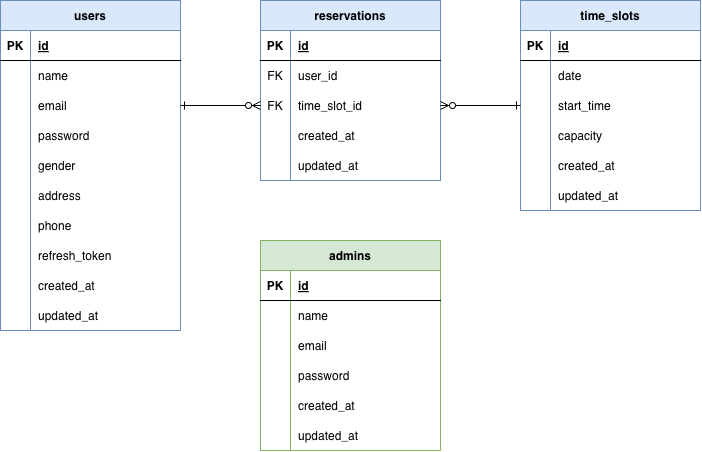
Before: .drawio.png, a diagram exported from draw.io (hirata784/laravel-swimming-reservation-app). Source tidied: cells renumbered, new cells last; positions are measured from the earlier drawing's top-left corner, leaving out a move shared by most shapes.
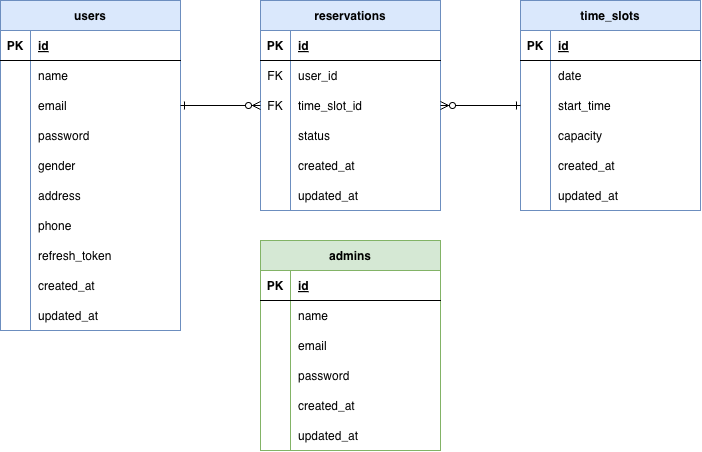
After the commit.

The edit, as a diff of the source:
```diff
@@ -153,7 +153,7 @@
       <mxGeometry x="30" width="150" height="30" as="geometry" />
     </mxCell>
     <mxCell id="52" value="reservations" style="shape=table;startSize=30;rowLines=0;fontStyle=1;align=center;fillColor=#dae8fc;strokeColor=#6c8ebf;" parent="1" vertex="1">
-      <mxGeometry x="260" width="180" height="180" as="geometry" />
+      <mxGeometry x="260" width="180" height="210" as="geometry" />
     </mxCell>
     <mxCell id="53" style="shape=tableRow;horizontal=0;startSize=0;swimlaneHead=0;swimlaneBody=0;fillColor=none;top=0;left=0;right=0;bottom=1;" parent="52" vertex="1">
       <mxGeometry y="30" width="180" height="30" as="geometry" />
@@ -188,7 +188,7 @@
     <mxCell id="63" style="shape=partialRectangle;fillColor=none;top=0;left=0;bottom=0;right=0;overflow=hidden;" parent="62" vertex="1">
       <mxGeometry width="30" height="30" as="geometry" />
     </mxCell>
-    <mxCell id="64" value="created_at" style="shape=partialRectangle;fillColor=none;top=0;left=0;bottom=0;right=0;align=left;spacingLeft=6;overflow=hidden;" parent="62" vertex="1">
+    <mxCell id="64" value="status" style="shape=partialRectangle;fillColor=none;top=0;left=0;bottom=0;right=0;align=left;spacingLeft=6;overflow=hidden;" parent="62" vertex="1">
       <mxGeometry x="30" width="150" height="30" as="geometry" />
     </mxCell>
     <mxCell id="65" style="shape=tableRow;horizontal=0;startSize=0;swimlaneHead=0;swimlaneBody=0;fillColor=none;top=0;left=0;right=0;bottom=0;" parent="52" vertex="1">
@@ -197,9 +197,18 @@
     <mxCell id="66" style="shape=partialRectangle;fillColor=none;top=0;left=0;bottom=0;right=0;overflow=hidden;" parent="65" vertex="1">
       <mxGeometry width="30" height="30" as="geometry" />
     </mxCell>
-    <mxCell id="67" value="updated_at" style="shape=partialRectangle;fillColor=none;top=0;left=0;bottom=0;right=0;align=left;spacingLeft=6;overflow=hidden;" parent="65" vertex="1">
+    <mxCell id="67" value="created_at" style="shape=partialRectangle;fillColor=none;top=0;left=0;bottom=0;right=0;align=left;spacingLeft=6;overflow=hidden;" parent="65" vertex="1">
       <mxGeometry x="30" width="150" height="30" as="geometry" />
     </mxCell>
+    <mxCell id="89" style="shape=tableRow;horizontal=0;startSize=0;swimlaneHead=0;swimlaneBody=0;fillColor=none;top=0;left=0;right=0;bottom=0;" parent="52" vertex="1">
+      <mxGeometry y="180" width="180" height="30" as="geometry" />
+    </mxCell>
+    <mxCell id="90" style="shape=partialRectangle;fillColor=none;top=0;left=0;bottom=0;right=0;overflow=hidden;" parent="89" vertex="1">
+      <mxGeometry width="30" height="30" as="geometry" />
+    </mxCell>
+    <mxCell id="91" value="updated_at" style="shape=partialRectangle;fillColor=none;top=0;left=0;bottom=0;right=0;align=left;spacingLeft=6;overflow=hidden;" parent="89" vertex="1">
+      <mxGeometry x="30" width="150" height="30" as="geometry" />
+    </mxCell>
     <mxCell id="68" style="edgeStyle=none;html=1;exitX=1;exitY=0.5;exitDx=0;exitDy=0;entryX=0;entryY=0.5;entryDx=0;entryDy=0;endArrow=ERzeroToMany;endFill=0;startArrow=ERone;startFill=0;" parent="1" edge="1" source="9" target="59">
       <mxGeometry relative="1" as="geometry" />
     </mxCell>
```
